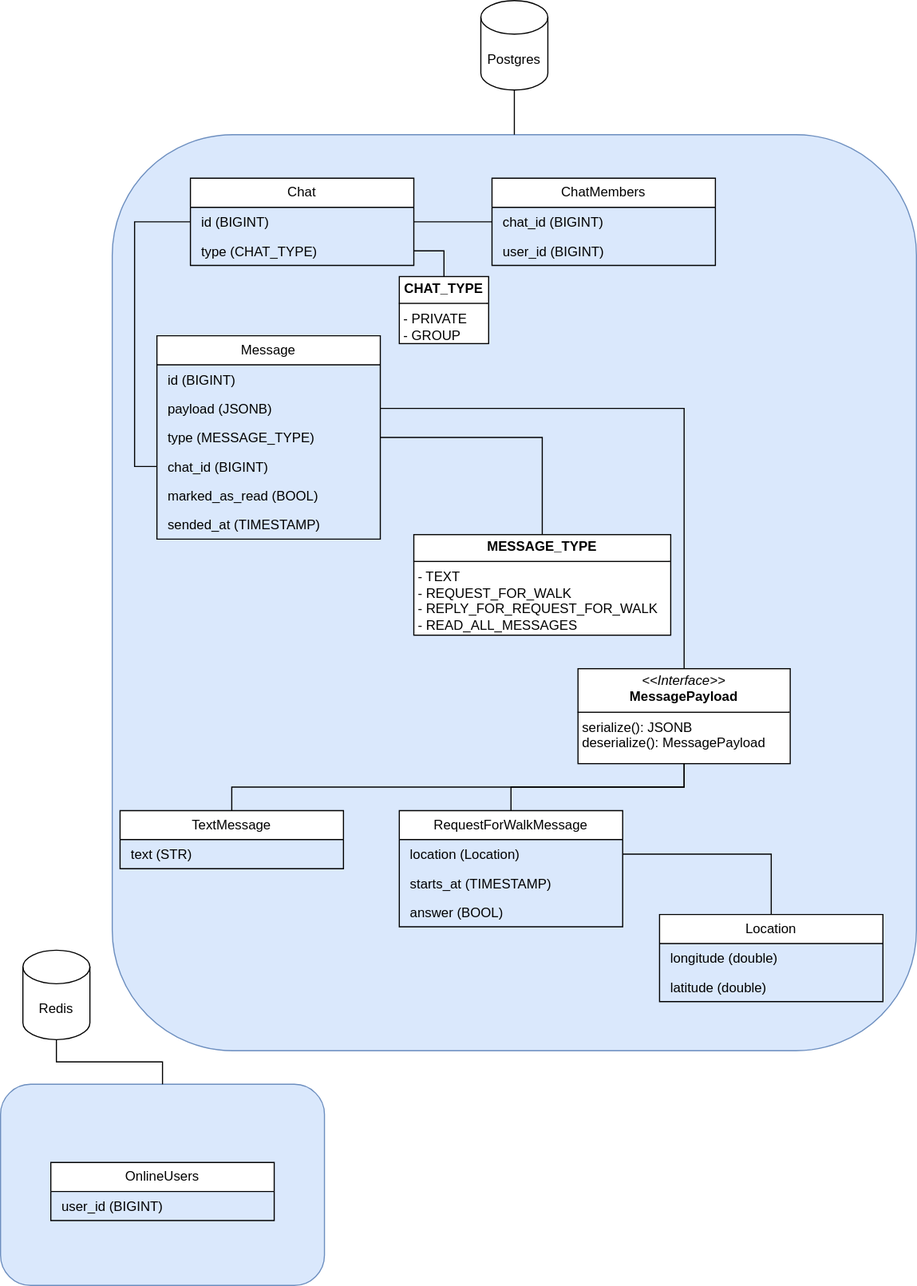
ru-random-walk/chat-service keeps this draw.io diagram as doc/img/domain_model.drawio.svg. Above is the earlier version. Source tidied: cells renumbered, new cells last; positions are measured from the earlier drawing's top-left corner, leaving out a move shared by most shapes.
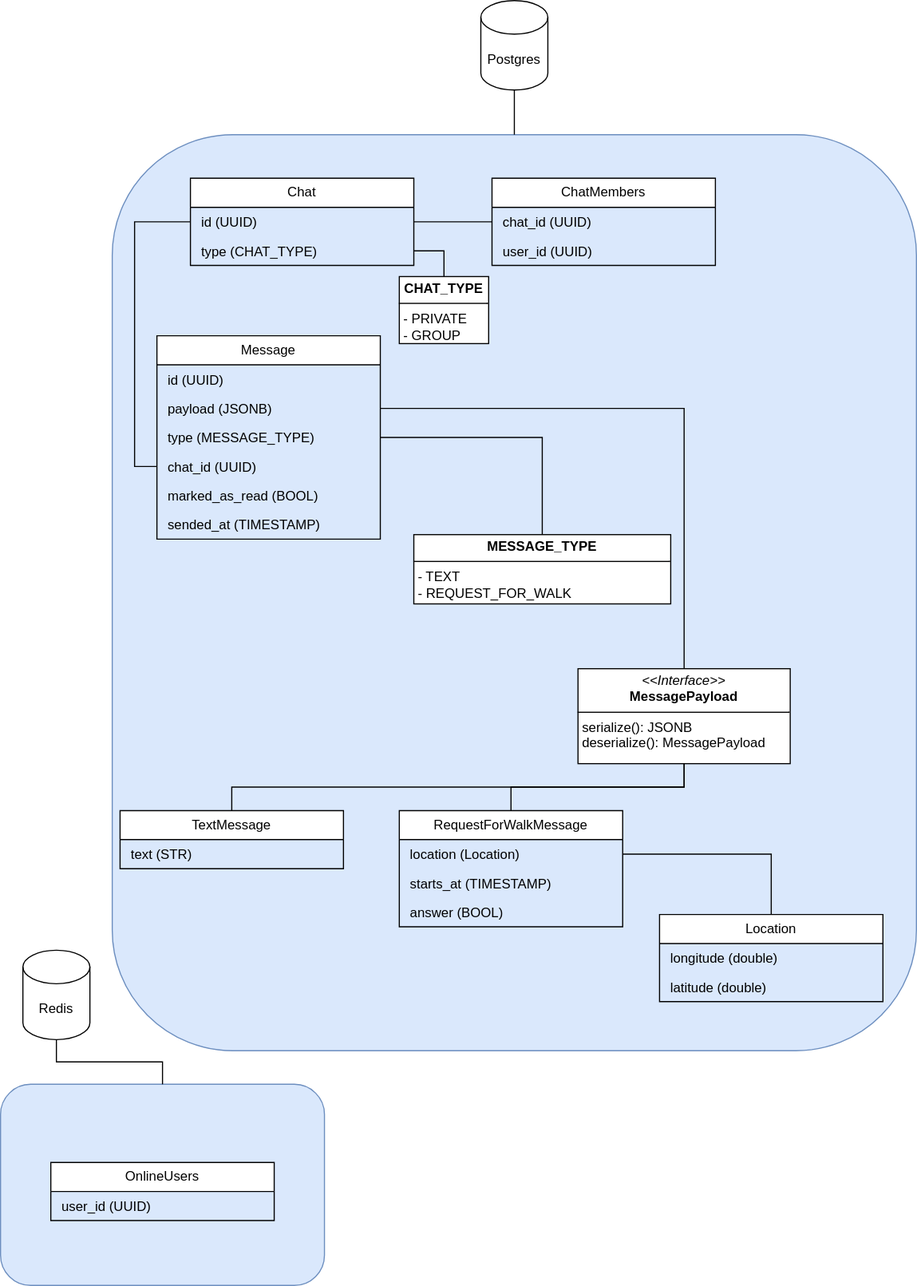
Above is the later version.

Commit message:
RANDOMWALK-61: update domain scheme

What changed in the source:
```diff
@@ -11,7 +11,7 @@
     <mxCell id="4" value="Message" style="swimlane;fontStyle=0;horizontal=1;startSize=26;fillColor=#FFFFFF;whiteSpace=wrap;html=1;" parent="1" vertex="1">
       <mxGeometry x="140" y="300" width="200" height="182" as="geometry" />
     </mxCell>
-    <mxCell id="5" value="&lt;p style=&quot;margin: 0px 0px 0px 4px;&quot;&gt;id (BIGINT)&lt;/p&gt;" style="text;strokeColor=none;fillColor=none;align=left;verticalAlign=top;spacingLeft=4;spacingRight=4;overflow=hidden;whiteSpace=wrap;html=1;" parent="4" vertex="1">
+    <mxCell id="5" value="&lt;p style=&quot;margin: 0px 0px 0px 4px;&quot;&gt;id (UUID)&lt;/p&gt;" style="text;strokeColor=none;fillColor=none;align=left;verticalAlign=top;spacingLeft=4;spacingRight=4;overflow=hidden;whiteSpace=wrap;html=1;" parent="4" vertex="1">
       <mxGeometry y="26" width="200" height="26" as="geometry" />
     </mxCell>
     <mxCell id="6" value="&lt;p style=&quot;margin: 0px 0px 0px 4px;&quot;&gt;payload (JSONB)&lt;/p&gt;" style="text;strokeColor=none;fillColor=none;align=left;verticalAlign=top;spacingLeft=4;spacingRight=4;overflow=hidden;points=[[0,0.5],[1,0.5]];portConstraint=eastwest;whiteSpace=wrap;html=1;" parent="4" vertex="1">
@@ -20,7 +20,7 @@
     <mxCell id="7" value="&lt;div&gt;&lt;p style=&quot;margin: 0px 0px 0px 4px;&quot;&gt;type (MESSAGE_TYPE)&lt;/p&gt;&lt;/div&gt;" style="text;strokeColor=none;fillColor=none;align=left;verticalAlign=top;spacingLeft=4;spacingRight=4;overflow=hidden;points=[[0,0.5],[1,0.5]];portConstraint=eastwest;whiteSpace=wrap;html=1;" parent="4" vertex="1">
       <mxGeometry y="78" width="200" height="26" as="geometry" />
     </mxCell>
-    <mxCell id="8" value="&lt;p style=&quot;margin: 0px 0px 0px 4px;&quot;&gt;chat_id (BIGINT)&lt;br&gt;&lt;/p&gt;" style="text;strokeColor=none;fillColor=none;align=left;verticalAlign=top;spacingLeft=4;spacingRight=4;overflow=hidden;points=[[0,0.5],[1,0.5]];portConstraint=eastwest;whiteSpace=wrap;html=1;" parent="4" vertex="1">
+    <mxCell id="8" value="&lt;p style=&quot;margin: 0px 0px 0px 4px;&quot;&gt;chat_id (UUID)&lt;br&gt;&lt;/p&gt;" style="text;strokeColor=none;fillColor=none;align=left;verticalAlign=top;spacingLeft=4;spacingRight=4;overflow=hidden;points=[[0,0.5],[1,0.5]];portConstraint=eastwest;whiteSpace=wrap;html=1;" parent="4" vertex="1">
       <mxGeometry y="104" width="200" height="26" as="geometry" />
     </mxCell>
     <mxCell id="9" value="&lt;p style=&quot;margin: 0px 0px 0px 4px;&quot;&gt;marked_as_read (BOOL)&lt;/p&gt;" style="text;strokeColor=none;fillColor=none;align=left;verticalAlign=top;spacingLeft=4;spacingRight=4;overflow=hidden;whiteSpace=wrap;html=1;" parent="4" vertex="1">
@@ -29,8 +29,8 @@
     <mxCell id="10" value="&lt;p style=&quot;margin: 0px 0px 0px 4px;&quot;&gt;sended_at (TIMESTAMP)&lt;/p&gt;" style="text;strokeColor=none;fillColor=none;align=left;verticalAlign=top;spacingLeft=4;spacingRight=4;overflow=hidden;whiteSpace=wrap;html=1;" parent="4" vertex="1">
       <mxGeometry y="156" width="200" height="26" as="geometry" />
     </mxCell>
-    <mxCell id="11" value="&lt;p style=&quot;margin:0px;margin-top:4px;text-align:center;&quot;&gt;&lt;b style=&quot;text-align: left;&quot;&gt;MESSAGE_TYPE&lt;/b&gt;&lt;br&gt;&lt;/p&gt;&lt;hr size=&quot;1&quot; style=&quot;border-style:solid;&quot;&gt;&lt;p style=&quot;margin:0px;margin-left:4px;&quot;&gt;- TEXT&lt;/p&gt;&lt;p style=&quot;margin:0px;margin-left:4px;&quot;&gt;- REQUEST_FOR_WALK&lt;/p&gt;&lt;p style=&quot;margin:0px;margin-left:4px;&quot;&gt;- REPLY_FOR_&lt;span style=&quot;background-color: initial;&quot;&gt;REQUEST_FOR_WALK&lt;br&gt;- READ_ALL_MESSAGES&lt;/span&gt;&lt;/p&gt;" style="verticalAlign=top;align=left;overflow=fill;html=1;whiteSpace=wrap;" parent="1" vertex="1">
-      <mxGeometry x="370" y="478" width="230" height="90" as="geometry" />
+    <mxCell id="11" value="&lt;p style=&quot;margin:0px;margin-top:4px;text-align:center;&quot;&gt;&lt;b style=&quot;text-align: left;&quot;&gt;MESSAGE_TYPE&lt;/b&gt;&lt;br&gt;&lt;/p&gt;&lt;hr size=&quot;1&quot; style=&quot;border-style:solid;&quot;&gt;&lt;p style=&quot;margin:0px;margin-left:4px;&quot;&gt;- TEXT&lt;/p&gt;&lt;p style=&quot;margin:0px;margin-left:4px;&quot;&gt;- REQUEST_FOR_WALK&lt;/p&gt;" style="verticalAlign=top;align=left;overflow=fill;html=1;whiteSpace=wrap;" parent="1" vertex="1">
+      <mxGeometry x="370" y="478" width="230" height="62" as="geometry" />
     </mxCell>
     <mxCell id="12" style="edgeStyle=orthogonalEdgeStyle;rounded=0;jettySize=auto;html=1;exitX=1;exitY=0.5;exitDx=0;exitDy=0;endArrow=none;endFill=0;" parent="1" edge="1" source="7" target="11">
       <mxGeometry relative="1" as="geometry" />
@@ -80,7 +80,7 @@
     <mxCell id="27" value="OnlineUsers" style="swimlane;fontStyle=0;horizontal=1;startSize=26;fillColor=#FFFFFF;whiteSpace=wrap;html=1;" parent="1" vertex="1">
       <mxGeometry x="45" y="1040" width="200" height="52" as="geometry" />
     </mxCell>
-    <mxCell id="28" value="&lt;p style=&quot;margin: 0px 0px 0px 4px;&quot;&gt;&lt;span style=&quot;background-color: initial;&quot;&gt;user_id (BIGINT)&lt;/span&gt;&lt;br&gt;&lt;/p&gt;" style="text;strokeColor=none;fillColor=none;align=left;verticalAlign=top;spacingLeft=4;spacingRight=4;overflow=hidden;whiteSpace=wrap;html=1;" parent="27" vertex="1">
+    <mxCell id="28" value="&lt;p style=&quot;margin: 0px 0px 0px 4px;&quot;&gt;&lt;span style=&quot;background-color: initial;&quot;&gt;user_id (UUID)&lt;/span&gt;&lt;br&gt;&lt;/p&gt;" style="text;strokeColor=none;fillColor=none;align=left;verticalAlign=top;spacingLeft=4;spacingRight=4;overflow=hidden;whiteSpace=wrap;html=1;" parent="27" vertex="1">
       <mxGeometry y="26" width="200" height="26" as="geometry" />
     </mxCell>
     <mxCell id="29" style="edgeStyle=orthogonalEdgeStyle;shape=connector;rounded=0;jettySize=auto;html=1;exitX=0.5;exitY=1;exitDx=0;exitDy=0;exitPerimeter=0;strokeColor=default;align=center;verticalAlign=middle;fontFamily=Helvetica;fontSize=11;fontColor=default;labelBackgroundColor=default;endArrow=none;endFill=0;" parent="1" edge="1" source="30" target="2">
@@ -98,7 +98,7 @@
     <mxCell id="33" value="Chat" style="swimlane;fontStyle=0;horizontal=1;startSize=26;fillColor=#FFFFFF;whiteSpace=wrap;html=1;" parent="1" vertex="1">
       <mxGeometry x="170" y="159" width="200" height="78" as="geometry" />
     </mxCell>
-    <mxCell id="34" value="&lt;p style=&quot;margin: 0px 0px 0px 4px;&quot;&gt;id (BIGINT)&lt;/p&gt;" style="text;strokeColor=none;fillColor=none;align=left;verticalAlign=top;spacingLeft=4;spacingRight=4;overflow=hidden;points=[[0,0.5],[1,0.5]];portConstraint=eastwest;whiteSpace=wrap;html=1;" parent="33" vertex="1">
+    <mxCell id="34" value="&lt;p style=&quot;margin: 0px 0px 0px 4px;&quot;&gt;id (UUID)&lt;/p&gt;" style="text;strokeColor=none;fillColor=none;align=left;verticalAlign=top;spacingLeft=4;spacingRight=4;overflow=hidden;points=[[0,0.5],[1,0.5]];portConstraint=eastwest;whiteSpace=wrap;html=1;" parent="33" vertex="1">
       <mxGeometry y="26" width="200" height="26" as="geometry" />
     </mxCell>
     <mxCell id="35" value="&lt;div&gt;&lt;p style=&quot;margin: 0px 0px 0px 4px;&quot;&gt;type (CHAT_TYPE)&lt;/p&gt;&lt;/div&gt;" style="text;strokeColor=none;fillColor=none;align=left;verticalAlign=top;spacingLeft=4;spacingRight=4;overflow=hidden;points=[[0,0.5],[1,0.5]];portConstraint=eastwest;whiteSpace=wrap;html=1;" parent="33" vertex="1">
@@ -113,10 +113,10 @@
     <mxCell id="38" value="ChatMembers" style="swimlane;fontStyle=0;horizontal=1;startSize=26;fillColor=#FFFFFF;whiteSpace=wrap;html=1;" parent="1" vertex="1">
       <mxGeometry x="440" y="159" width="200" height="78" as="geometry" />
     </mxCell>
-    <mxCell id="39" value="&lt;p style=&quot;margin: 0px 0px 0px 4px;&quot;&gt;chat_id (BIGINT)&lt;/p&gt;" style="text;strokeColor=none;fillColor=none;align=left;verticalAlign=top;spacingLeft=4;spacingRight=4;overflow=hidden;points=[[0,0.5],[1,0.5]];portConstraint=eastwest;whiteSpace=wrap;html=1;" parent="38" vertex="1">
+    <mxCell id="39" value="&lt;p style=&quot;margin: 0px 0px 0px 4px;&quot;&gt;chat_id (UUID)&lt;/p&gt;" style="text;strokeColor=none;fillColor=none;align=left;verticalAlign=top;spacingLeft=4;spacingRight=4;overflow=hidden;points=[[0,0.5],[1,0.5]];portConstraint=eastwest;whiteSpace=wrap;html=1;" parent="38" vertex="1">
       <mxGeometry y="26" width="200" height="26" as="geometry" />
     </mxCell>
-    <mxCell id="40" value="&lt;p style=&quot;margin: 0px 0px 0px 4px;&quot;&gt;user_id (BIGINT)&lt;br&gt;&lt;/p&gt;" style="text;strokeColor=none;fillColor=none;align=left;verticalAlign=top;spacingLeft=4;spacingRight=4;overflow=hidden;whiteSpace=wrap;html=1;" parent="38" vertex="1">
+    <mxCell id="40" value="&lt;p style=&quot;margin: 0px 0px 0px 4px;&quot;&gt;user_id (UUID)&lt;br&gt;&lt;/p&gt;" style="text;strokeColor=none;fillColor=none;align=left;verticalAlign=top;spacingLeft=4;spacingRight=4;overflow=hidden;whiteSpace=wrap;html=1;" parent="38" vertex="1">
       <mxGeometry y="52" width="200" height="26" as="geometry" />
     </mxCell>
     <mxCell id="41" style="edgeStyle=orthogonalEdgeStyle;shape=connector;rounded=0;jettySize=auto;html=1;exitX=1;exitY=0.5;exitDx=0;exitDy=0;entryX=0;entryY=0.5;entryDx=0;entryDy=0;strokeColor=default;align=center;verticalAlign=middle;fontFamily=Helvetica;fontSize=11;fontColor=default;labelBackgroundColor=default;endArrow=none;endFill=0;" parent="1" edge="1" source="34" target="39">
```
